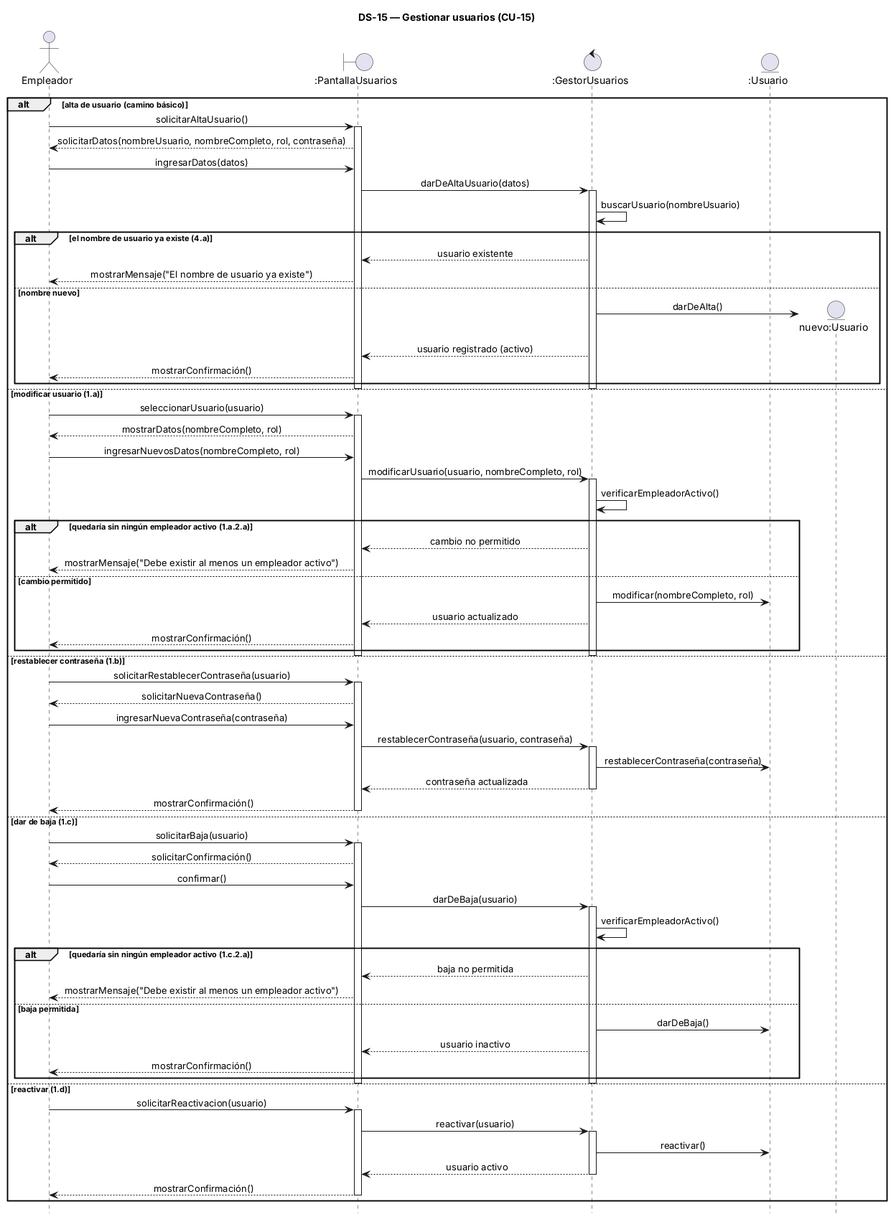
alanbalzaretti123/control-de-stock1 keeps this PlantUML diagram as 08-Diagrama De Secuencia/DS-15 Gestionar usuarios.png. Above is the earlier version.
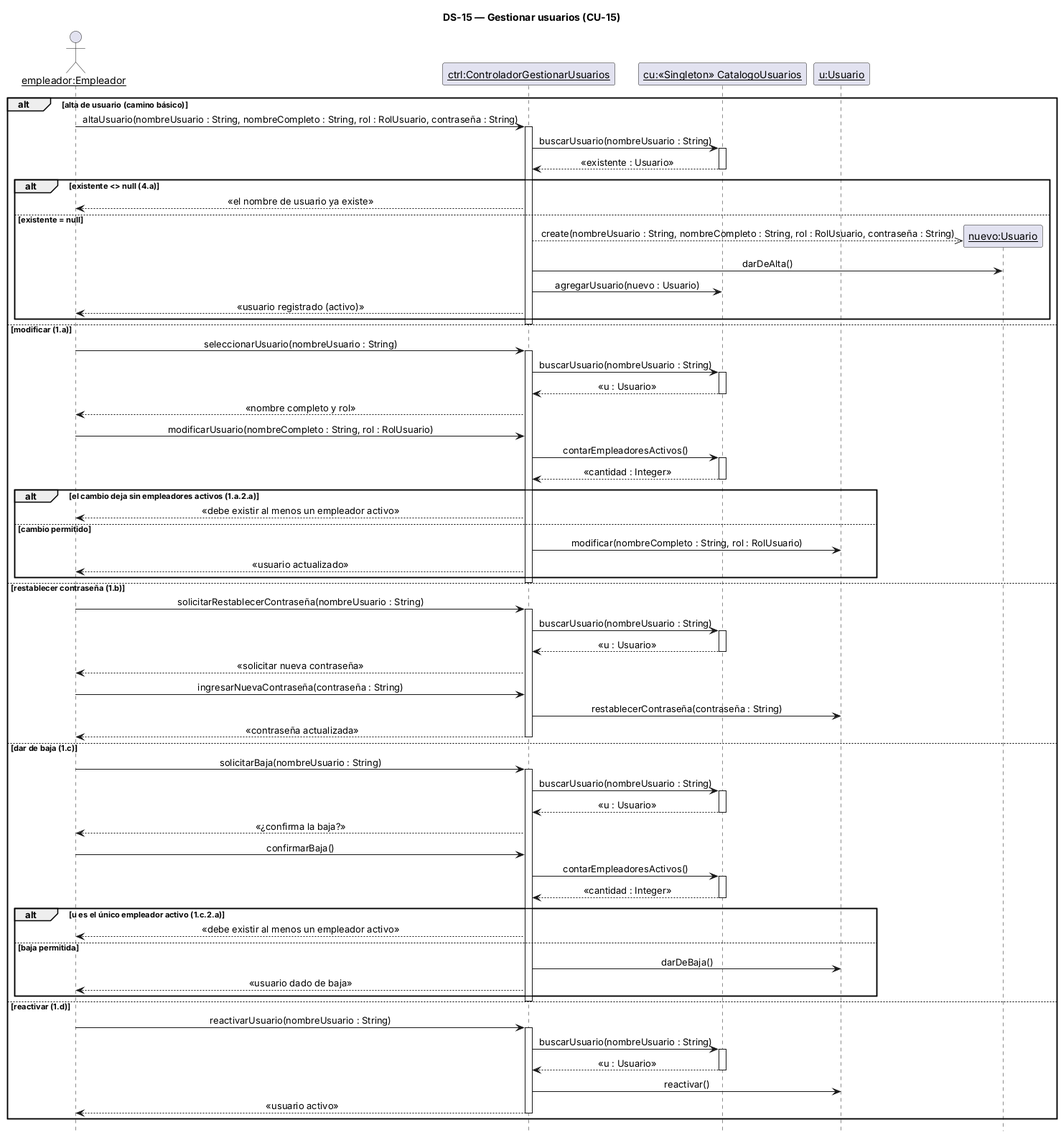
After the change.

Diff of the diagram source:
```diff
@@ -3,92 +3,91 @@
 hide footbox
 skinparam sequenceMessageAlign center
 skinparam responseMessageBelowArrow true
+skinparam sequenceParticipant underline
 
-actor "Empleador" as U
-boundary ":PantallaUsuarios" as P
-control ":GestorUsuarios" as G
-entity ":Usuario" as US
+actor "empleador:Empleador" as U
+participant "ctrl:ControladorGestionarUsuarios" as C
+participant "cu:«Singleton» CatalogoUsuarios" as CU
+participant "u:Usuario" as US
 
 alt alta de usuario (camino básico)
-  U -> P : solicitarAltaUsuario()
-  activate P
-  P --> U : solicitarDatos(nombreUsuario, nombreCompleto, rol, contraseña)
-  U -> P : ingresarDatos(datos)
-  P -> G : darDeAltaUsuario(datos)
-  activate G
-  G -> G : buscarUsuario(nombreUsuario)
-  alt el nombre de usuario ya existe (4.a)
-    G --> P : usuario existente
-    P --> U : mostrarMensaje("El nombre de usuario ya existe")
-  else nombre nuevo
-    create entity "nuevo:Usuario" as N
-    G -> N : darDeAlta()
-    G --> P : usuario registrado (activo)
-    P --> U : mostrarConfirmación()
+  U -> C : altaUsuario(nombreUsuario : String, nombreCompleto : String, rol : RolUsuario, contraseña : String)
+  activate C
+  C -> CU : buscarUsuario(nombreUsuario : String)
+  activate CU
+  CU --> C : «existente : Usuario»
+  deactivate CU
+  alt existente <> null (4.a)
+    C --> U : «el nombre de usuario ya existe»
+  else existente = null
+    create participant "nuevo:Usuario" as N
+    C -->> N : create(nombreUsuario : String, nombreCompleto : String, rol : RolUsuario, contraseña : String)
+    C -> N : darDeAlta()
+    C -> CU : agregarUsuario(nuevo : Usuario)
+    C --> U : «usuario registrado (activo)»
   end
-  deactivate G
-  deactivate P
-
-else modificar usuario (1.a)
-  U -> P : seleccionarUsuario(usuario)
-  activate P
-  P --> U : mostrarDatos(nombreCompleto, rol)
-  U -> P : ingresarNuevosDatos(nombreCompleto, rol)
-  P -> G : modificarUsuario(usuario, nombreCompleto, rol)
-  activate G
-  G -> G : verificarEmpleadorActivo()
-  alt quedaría sin ningún empleador activo (1.a.2.a)
-    G --> P : cambio no permitido
-    P --> U : mostrarMensaje("Debe existir al menos un empleador activo")
+  deactivate C
+else modificar (1.a)
+  U -> C : seleccionarUsuario(nombreUsuario : String)
+  activate C
+  C -> CU : buscarUsuario(nombreUsuario : String)
+  activate CU
+  CU --> C : «u : Usuario»
+  deactivate CU
+  C --> U : «nombre completo y rol»
+  U -> C : modificarUsuario(nombreCompleto : String, rol : RolUsuario)
+  C -> CU : contarEmpleadoresActivos()
+  activate CU
+  CU --> C : «cantidad : Integer»
+  deactivate CU
+  alt el cambio deja sin empleadores activos (1.a.2.a)
+    C --> U : «debe existir al menos un empleador activo»
   else cambio permitido
-    G -> US : modificar(nombreCompleto, rol)
-    G --> P : usuario actualizado
-    P --> U : mostrarConfirmación()
+    C -> US : modificar(nombreCompleto : String, rol : RolUsuario)
+    C --> U : «usuario actualizado»
   end
-  deactivate G
-  deactivate P
-
+  deactivate C
 else restablecer contraseña (1.b)
-  U -> P : solicitarRestablecerContraseña(usuario)
-  activate P
-  P --> U : solicitarNuevaContraseña()
-  U -> P : ingresarNuevaContraseña(contraseña)
-  P -> G : restablecerContraseña(usuario, contraseña)
-  activate G
-  G -> US : restablecerContraseña(contraseña)
-  G --> P : contraseña actualizada
-  deactivate G
-  P --> U : mostrarConfirmación()
-  deactivate P
-
+  U -> C : solicitarRestablecerContraseña(nombreUsuario : String)
+  activate C
+  C -> CU : buscarUsuario(nombreUsuario : String)
+  activate CU
+  CU --> C : «u : Usuario»
+  deactivate CU
+  C --> U : «solicitar nueva contraseña»
+  U -> C : ingresarNuevaContraseña(contraseña : String)
+  C -> US : restablecerContraseña(contraseña : String)
+  C --> U : «contraseña actualizada»
+  deactivate C
 else dar de baja (1.c)
-  U -> P : solicitarBaja(usuario)
-  activate P
-  P --> U : solicitarConfirmación()
-  U -> P : confirmar()
-  P -> G : darDeBaja(usuario)
-  activate G
-  G -> G : verificarEmpleadorActivo()
-  alt quedaría sin ningún empleador activo (1.c.2.a)
-    G --> P : baja no permitida
-    P --> U : mostrarMensaje("Debe existir al menos un empleador activo")
+  U -> C : solicitarBaja(nombreUsuario : String)
+  activate C
+  C -> CU : buscarUsuario(nombreUsuario : String)
+  activate CU
+  CU --> C : «u : Usuario»
+  deactivate CU
+  C --> U : «¿confirma la baja?»
+  U -> C : confirmarBaja()
+  C -> CU : contarEmpleadoresActivos()
+  activate CU
+  CU --> C : «cantidad : Integer»
+  deactivate CU
+  alt u es el único empleador activo (1.c.2.a)
+    C --> U : «debe existir al menos un empleador activo»
   else baja permitida
-    G -> US : darDeBaja()
-    G --> P : usuario inactivo
-    P --> U : mostrarConfirmación()
+    C -> US : darDeBaja()
+    C --> U : «usuario dado de baja»
   end
-  deactivate G
-  deactivate P
-
+  deactivate C
 else reactivar (1.d)
-  U -> P : solicitarReactivacion(usuario)
-  activate P
-  P -> G : reactivar(usuario)
-  activate G
-  G -> US : reactivar()
-  G --> P : usuario activo
-  deactivate G
-  P --> U : mostrarConfirmación()
-  deactivate P
+  U -> C : reactivarUsuario(nombreUsuario : String)
+  activate C
+  C -> CU : buscarUsuario(nombreUsuario : String)
+  activate CU
+  CU --> C : «u : Usuario»
+  deactivate CU
+  C -> US : reactivar()
+  C --> U : «usuario activo»
+  deactivate C
 end
 @enduml
```
